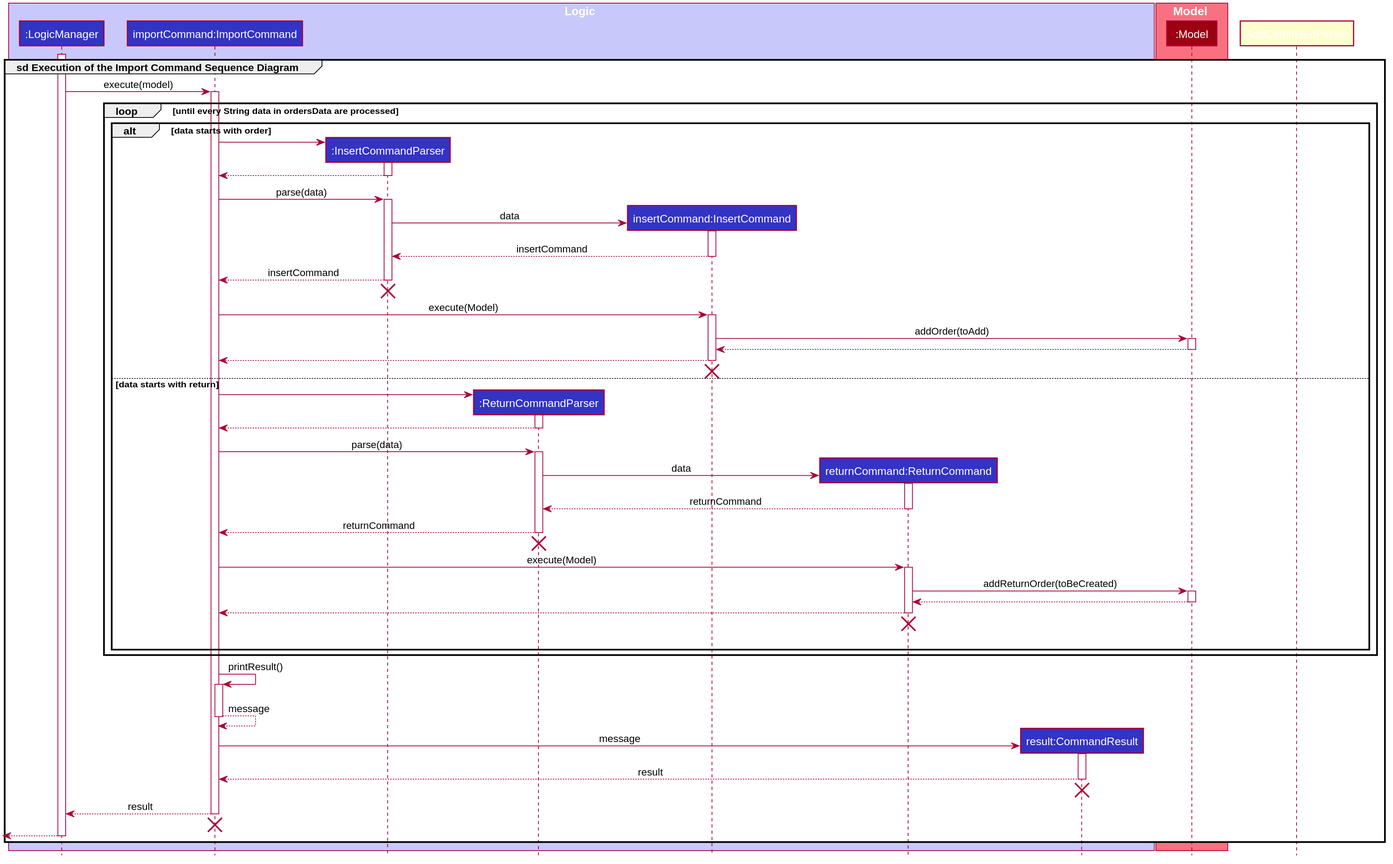
Above: docs/images/ImportCommandSequenceDiagram2.svg in nus-cs2103-AY1920S2/addressbook-level3 (PlantUML), before the change.
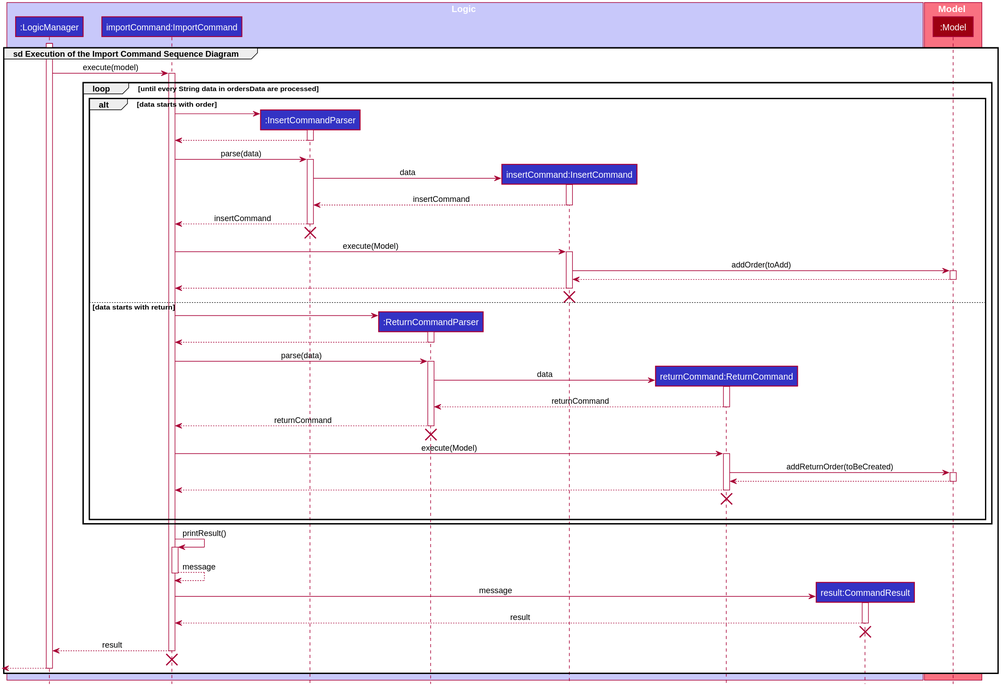
The same diagram one commit later.

Commit message:
Change the Import Class Diagram and Sequence diagram to svg instead of png, as png files having problem displaying.

The edit, as a diff of the source:
```diff
@@ -111,7 +111,7 @@
         ReturnCommand --> ReturnCommandParser -- : returnCommand
 
         ReturnCommandParser --> ImportCommand -- : returnCommand
-        AddCommandParser -[hidden]-> ImportCommand
+        ReturnCommandParser -[hidden]-> ImportCommand
         destroy ReturnCommandParser
 
         ImportCommand -> ReturnCommand ++ : execute(Model)
```
